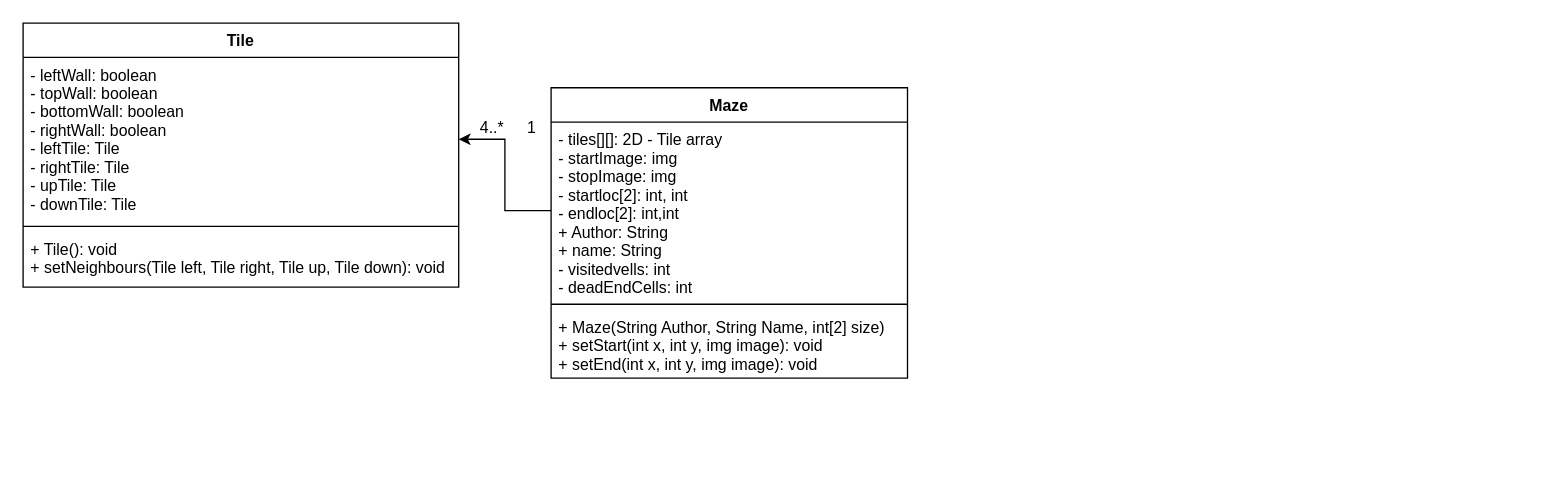
Earlier version of the draw.io diagram Documentation/ClassUML.drawio (CAB302-Assessment-Group/AssessmentTask). Source tidied: cells renumbered, new cells numbered last; positions are measured from the earlier drawing's top-left corner, leaving out a move shared by most shapes. Both pictures are drawn from the tidied source at 132%, with x=0, y=0 at pixel (22, 22).
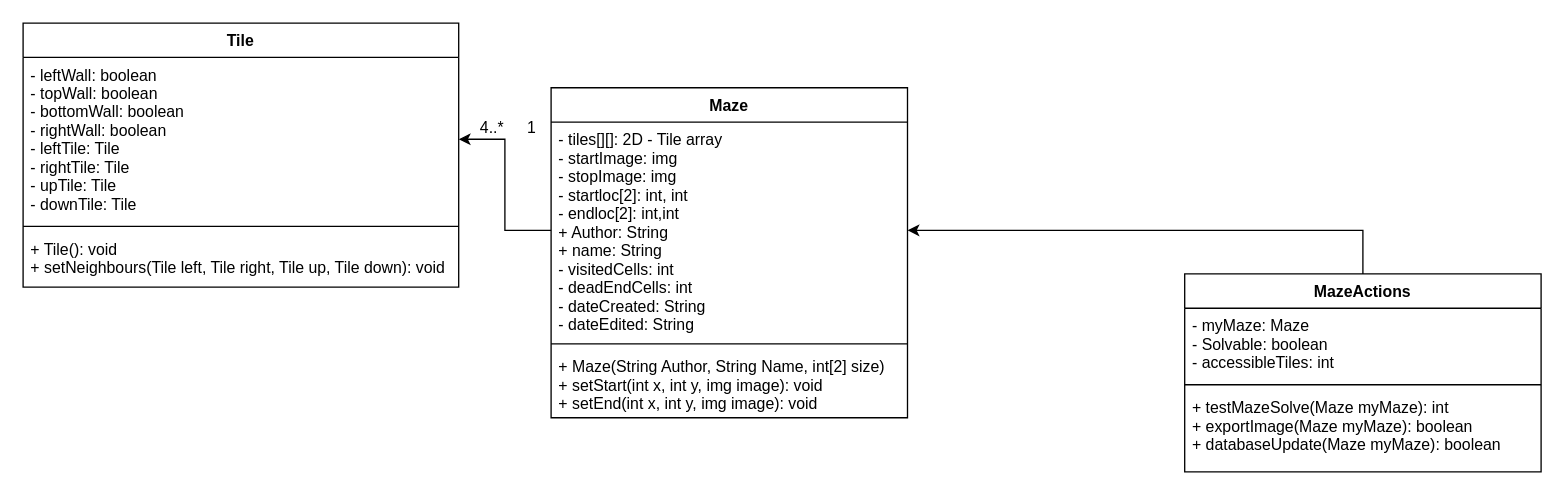
Above is the later version.

Commit message (it also covers changes not shown here):
#3  Update to UML Diagrams

Update the UML Diagrams to represent what is expected to be included from a maze object perspective. Includes image format

Change to the diagram source:
```diff
@@
 <mxGraphModel>
   <root>
     <mxCell id="0" />
     <mxCell id="1" parent="0" />
     <mxCell id="2" value="Tile" style="swimlane;fontStyle=1;align=center;verticalAlign=top;horizontal=1;startSize=26;" parent="1" vertex="1">
       <mxGeometry width="330" height="200" as="geometry" />
     </mxCell>
     <mxCell id="3" value="- leftWall: boolean&#10;- topWall: boolean&#10;- bottomWall: boolean&#10;- rightWall: boolean&#10;- leftTile: Tile&#10;- rightTile: Tile&#10;- upTile: Tile&#10;- downTile: Tile" style="text;strokeColor=none;fillColor=none;align=left;verticalAlign=top;spacingLeft=4;spacingRight=4;overflow=hidden;points=[[0,0.5],[1,0.5]];portConstraint=eastwest;" parent="2" vertex="1">
       <mxGeometry y="26" width="330" height="124" as="geometry" />
     </mxCell>
     <mxCell id="4" style="line;strokeWidth=1;fillColor=none;align=left;verticalAlign=middle;spacingTop=-1;spacingLeft=3;spacingRight=3;labelPosition=right;" parent="2" vertex="1">
       <mxGeometry y="150" width="330" height="8" as="geometry" />
     </mxCell>
     <mxCell id="5" value="+ Tile(): void&#10;+ setNeighbours(Tile left, Tile right, Tile up, Tile down): void&#10;" style="text;strokeColor=none;fillColor=none;align=left;verticalAlign=top;spacingLeft=4;spacingRight=4;overflow=hidden;" parent="2" vertex="1">
       <mxGeometry y="158" width="330" height="42" as="geometry" />
     </mxCell>
     <mxCell id="6" value="Maze" style="swimlane;fontStyle=1;align=center;verticalAlign=top;horizontal=1;startSize=26;" parent="1" vertex="1">
-      <mxGeometry x="400" y="49" width="270" height="220" as="geometry" />
+      <mxGeometry x="400" y="49" width="270" height="250" as="geometry" />
     </mxCell>
-    <mxCell id="7" value="- tiles[][]: 2D - Tile array&#10;- startImage: img&#10;- stopImage: img&#10;- startloc[2]: int, int &#10;- endloc[2]: int,int&#10;+ Author: String&#10;+ name: String&#10;- visitedvells: int&#10;- deadEndCells: int" style="text;strokeColor=none;fillColor=none;align=left;verticalAlign=top;spacingLeft=4;spacingRight=4;overflow=hidden;points=[[0,0.5],[1,0.5]];portConstraint=eastwest;" parent="6" vertex="1">
-      <mxGeometry y="26" width="270" height="134" as="geometry" />
+    <mxCell id="7" value="- tiles[][]: 2D - Tile array&#10;- startImage: img&#10;- stopImage: img&#10;- startloc[2]: int, int &#10;- endloc[2]: int,int&#10;+ Author: String&#10;+ name: String&#10;- visitedCells: int&#10;- deadEndCells: int&#10;- dateCreated: String&#10;- dateEdited: String&#10;" style="text;strokeColor=none;fillColor=none;align=left;verticalAlign=top;spacingLeft=4;spacingRight=4;overflow=hidden;points=[[0,0.5],[1,0.5]];portConstraint=eastwest;" parent="6" vertex="1">
+      <mxGeometry y="26" width="270" height="164" as="geometry" />
     </mxCell>
     <mxCell id="8" style="line;strokeWidth=1;fillColor=none;align=left;verticalAlign=middle;spacingTop=-1;spacingLeft=3;spacingRight=3;labelPosition=right;" parent="6" vertex="1">
-      <mxGeometry y="160" width="270" height="8" as="geometry" />
+      <mxGeometry y="190" width="270" height="8" as="geometry" />
     </mxCell>
     <mxCell id="9" value="+ Maze(String Author, String Name, int[2] size)&#10;+ setStart(int x, int y, img image): void&#10;+ setEnd(int x, int y, img image): void" style="text;strokeColor=none;fillColor=none;align=left;verticalAlign=top;spacingLeft=4;spacingRight=4;overflow=hidden;" parent="6" vertex="1">
-      <mxGeometry y="168" width="270" height="52" as="geometry" />
+      <mxGeometry y="198" width="270" height="52" as="geometry" />
     </mxCell>
     <mxCell id="10" style="edgeStyle=orthogonalEdgeStyle;rounded=0;jettySize=auto;html=1;exitX=0;exitY=0.5;exitDx=0;exitDy=0;entryX=1;entryY=0.5;entryDx=0;entryDy=0;" parent="1" edge="1" source="7" target="3">
       <mxGeometry relative="1" as="geometry" />
     </mxCell>
     <mxCell id="11" value="1" style="text;html=1;align=center;verticalAlign=middle;strokeColor=none;fillColor=none;" parent="1" vertex="1">
       <mxGeometry x="375" y="70" width="20" height="20" as="geometry" />
     </mxCell>
     <mxCell id="12" value="4..*" style="text;html=1;align=center;verticalAlign=middle;strokeColor=none;fillColor=none;" parent="1" vertex="1">
       <mxGeometry x="340" y="70" width="30" height="20" as="geometry" />
     </mxCell>
+    <mxCell id="13" style="edgeStyle=orthogonalEdgeStyle;rounded=0;jettySize=auto;html=1;exitX=0.5;exitY=0;exitDx=0;exitDy=0;entryX=1;entryY=0.5;entryDx=0;entryDy=0;" parent="1" edge="1" source="14" target="7">
+      <mxGeometry relative="1" as="geometry" />
+    </mxCell>
+    <mxCell id="14" value="MazeActions" style="swimlane;fontStyle=1;align=center;verticalAlign=top;horizontal=1;startSize=26;" parent="1" vertex="1">
+      <mxGeometry x="880" y="190" width="270" height="150" as="geometry" />
+    </mxCell>
+    <mxCell id="15" value="- myMaze: Maze&#10;- Solvable: boolean&#10;- accessibleTiles: int" style="text;strokeColor=none;fillColor=none;align=left;verticalAlign=top;spacingLeft=4;spacingRight=4;overflow=hidden;" parent="14" vertex="1">
+      <mxGeometry y="26" width="270" height="54" as="geometry" />
+    </mxCell>
+    <mxCell id="16" style="line;strokeWidth=1;fillColor=none;align=left;verticalAlign=middle;spacingTop=-1;spacingLeft=3;spacingRight=3;labelPosition=right;" parent="14" vertex="1">
+      <mxGeometry y="80" width="270" height="8" as="geometry" />
+    </mxCell>
+    <mxCell id="17" value="+ testMazeSolve(Maze myMaze): int&#10;+ exportImage(Maze myMaze): boolean&#10;+ databaseUpdate(Maze myMaze): boolean" style="text;strokeColor=none;fillColor=none;align=left;verticalAlign=top;spacingLeft=4;spacingRight=4;overflow=hidden;" parent="14" vertex="1">
+      <mxGeometry y="88" width="270" height="62" as="geometry" />
+    </mxCell>
   </root>
 </mxGraphModel>
```
